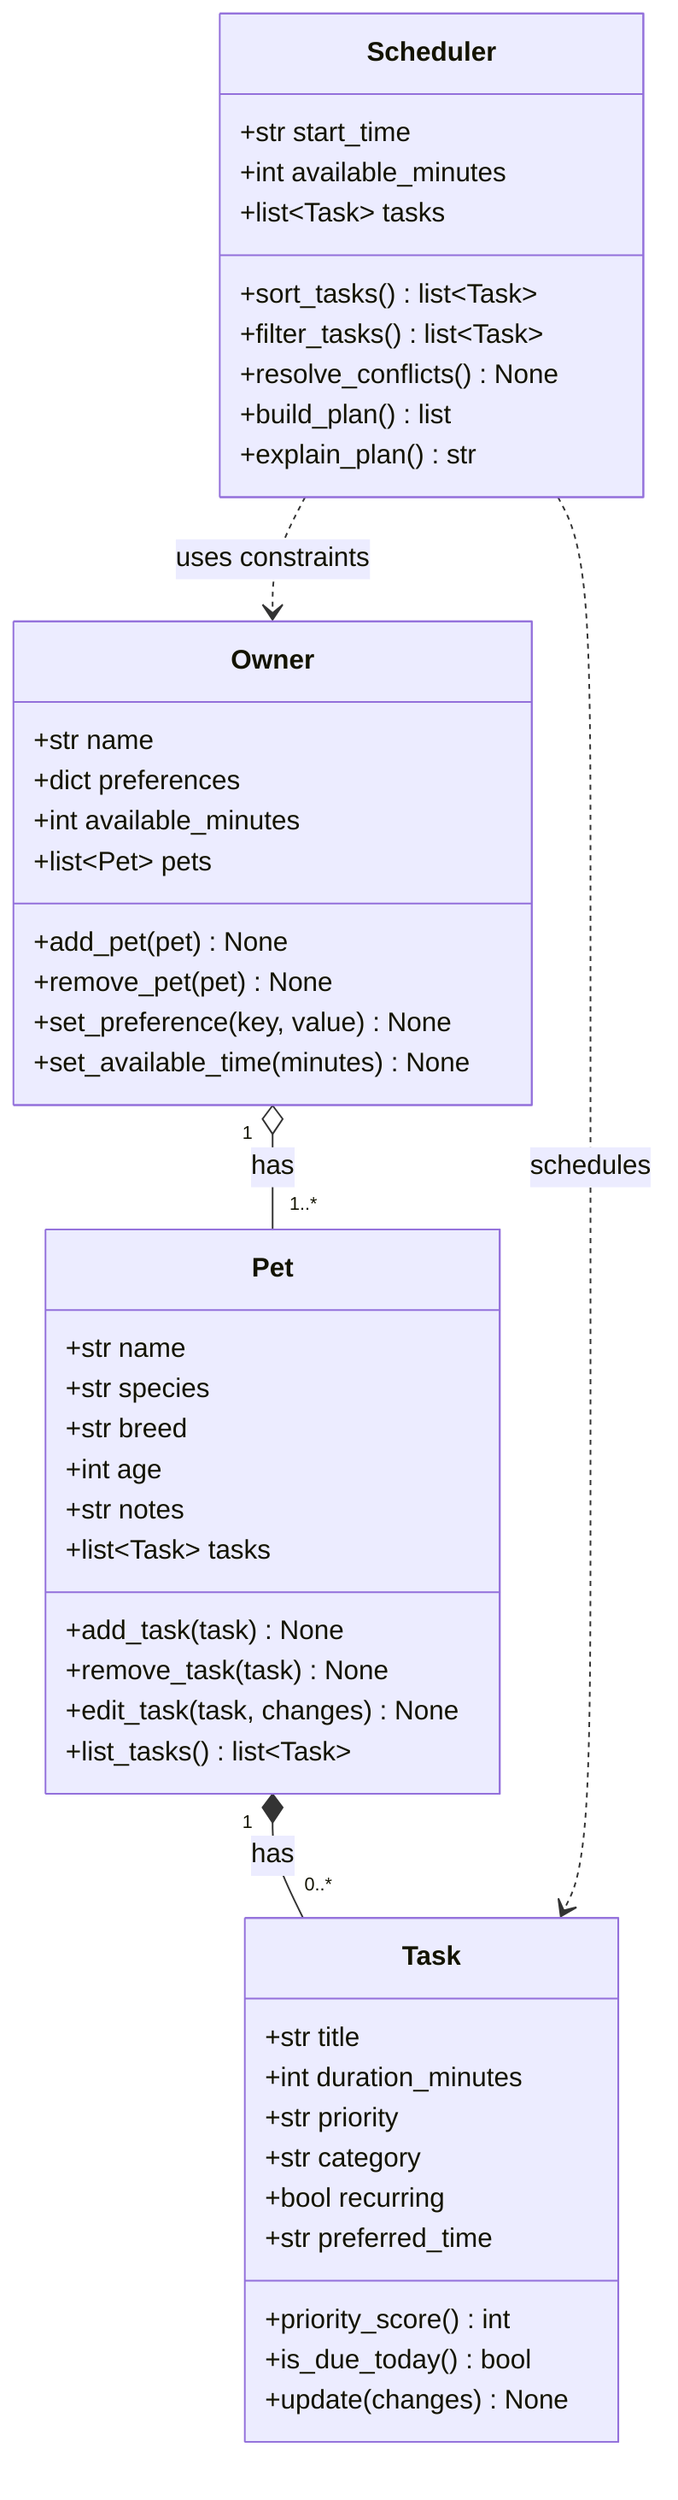
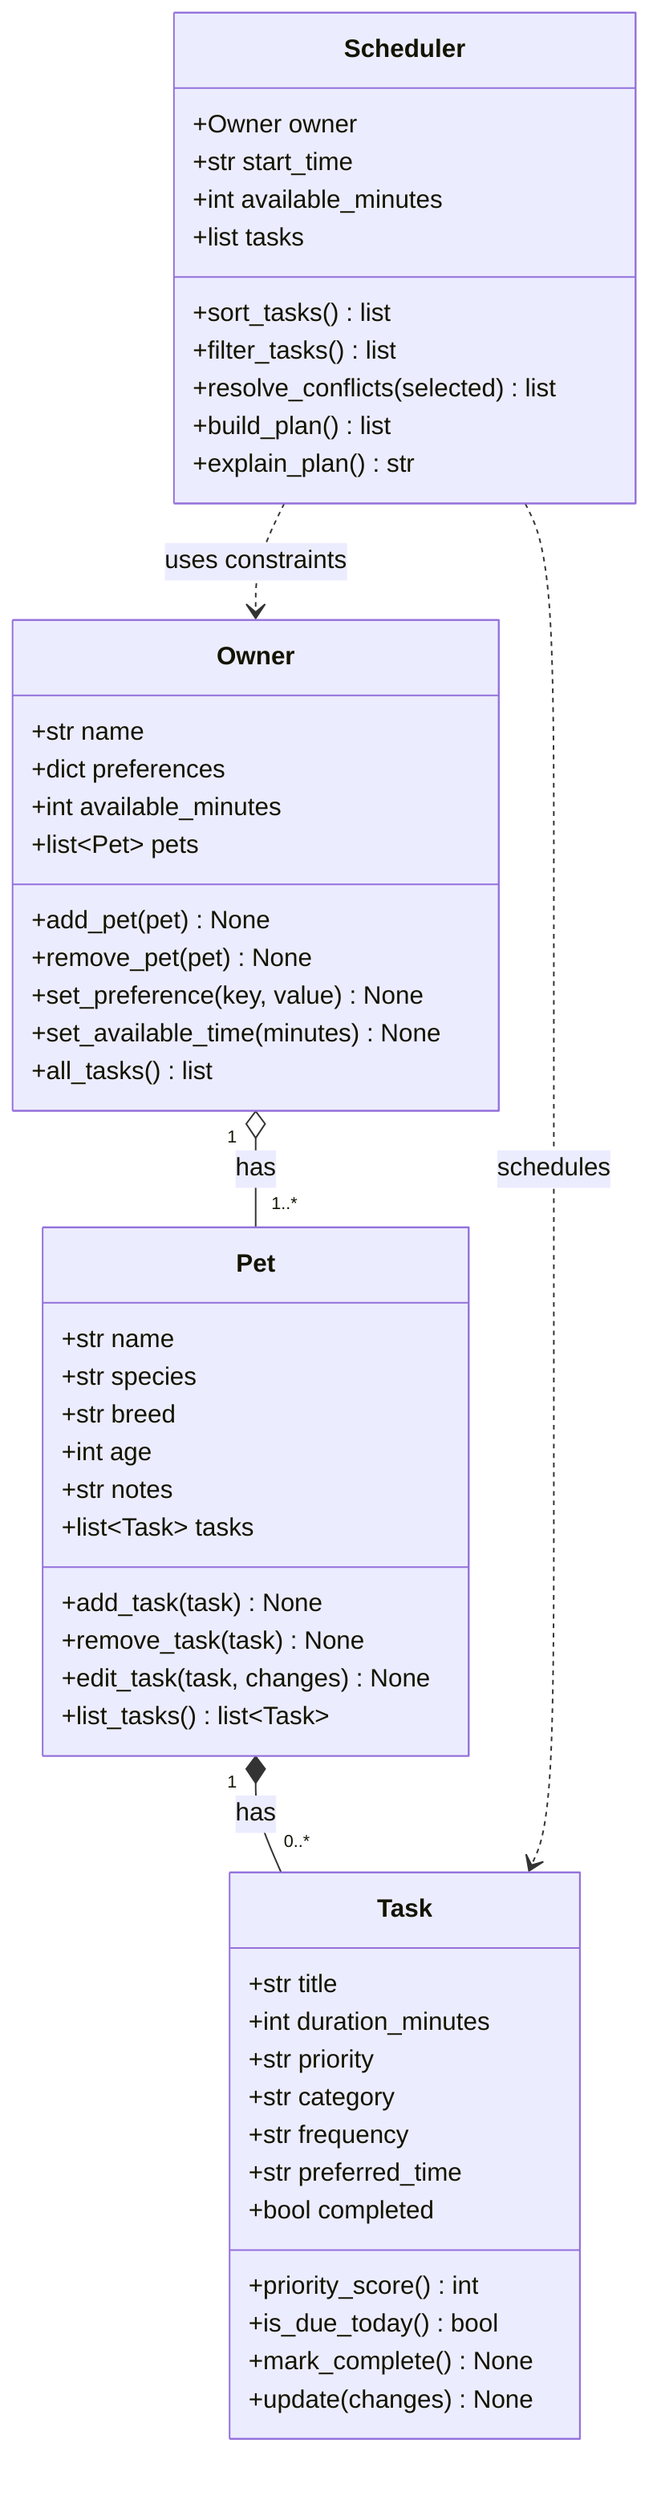
classDiagram
    class Owner {
        +str name
        +dict preferences
        +int available_minutes
        +list~Pet~ pets
        +add_pet(pet) None
        +remove_pet(pet) None
        +set_preference(key, value) None
        +set_available_time(minutes) None
+         +all_tasks() list
    }

    class Pet {
        +str name
        +str species
        +str breed
        +int age
        +str notes
        +list~Task~ tasks
        +add_task(task) None
        +remove_task(task) None
        +edit_task(task, changes) None
        +list_tasks() list~Task~
    }

    class Task {
        +str title
        +int duration_minutes
        +str priority
        +str category
-         +bool recurring
+         +str frequency
        +str preferred_time
+         +bool completed
        +priority_score() int
        +is_due_today() bool
+         +mark_complete() None
        +update(changes) None
    }

    class Scheduler {
+         +Owner owner
        +str start_time
        +int available_minutes
-         +list~Task~ tasks
-         +sort_tasks() list~Task~
-         +filter_tasks() list~Task~
-         +resolve_conflicts() None
+         +list tasks
+         +sort_tasks() list
+         +filter_tasks() list
+         +resolve_conflicts(selected) list
        +build_plan() list
        +explain_plan() str
    }

    Owner "1" o-- "1..*" Pet : has
    Pet "1" *-- "0..*" Task : has
    Scheduler ..> Owner : uses constraints
    Scheduler ..> Task : schedules
